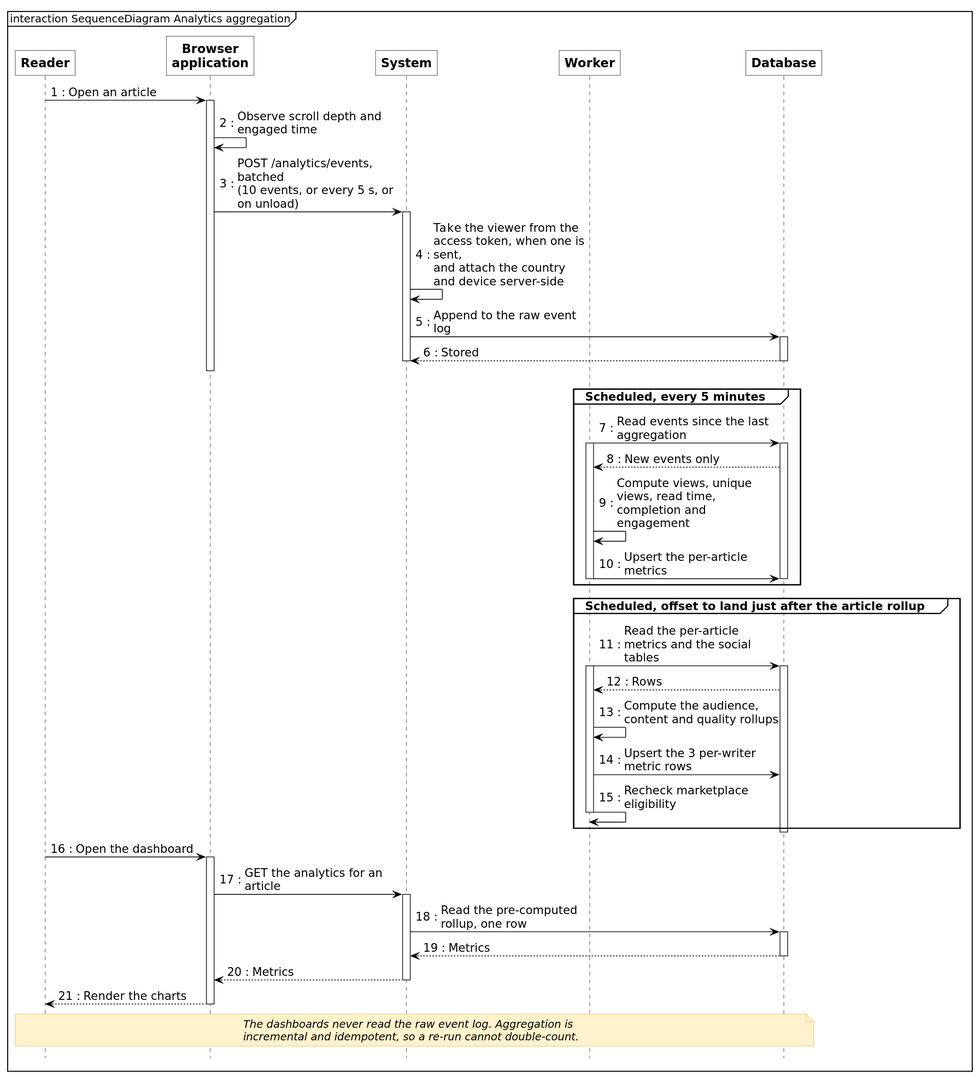
Earlier version of the PlantUML export diagrams/fig-5-3-sequence-analytics-aggregation/fig-5-3-sequence-analytics-aggregation.svg (inkwell-dev/spec.inkwell.ai).
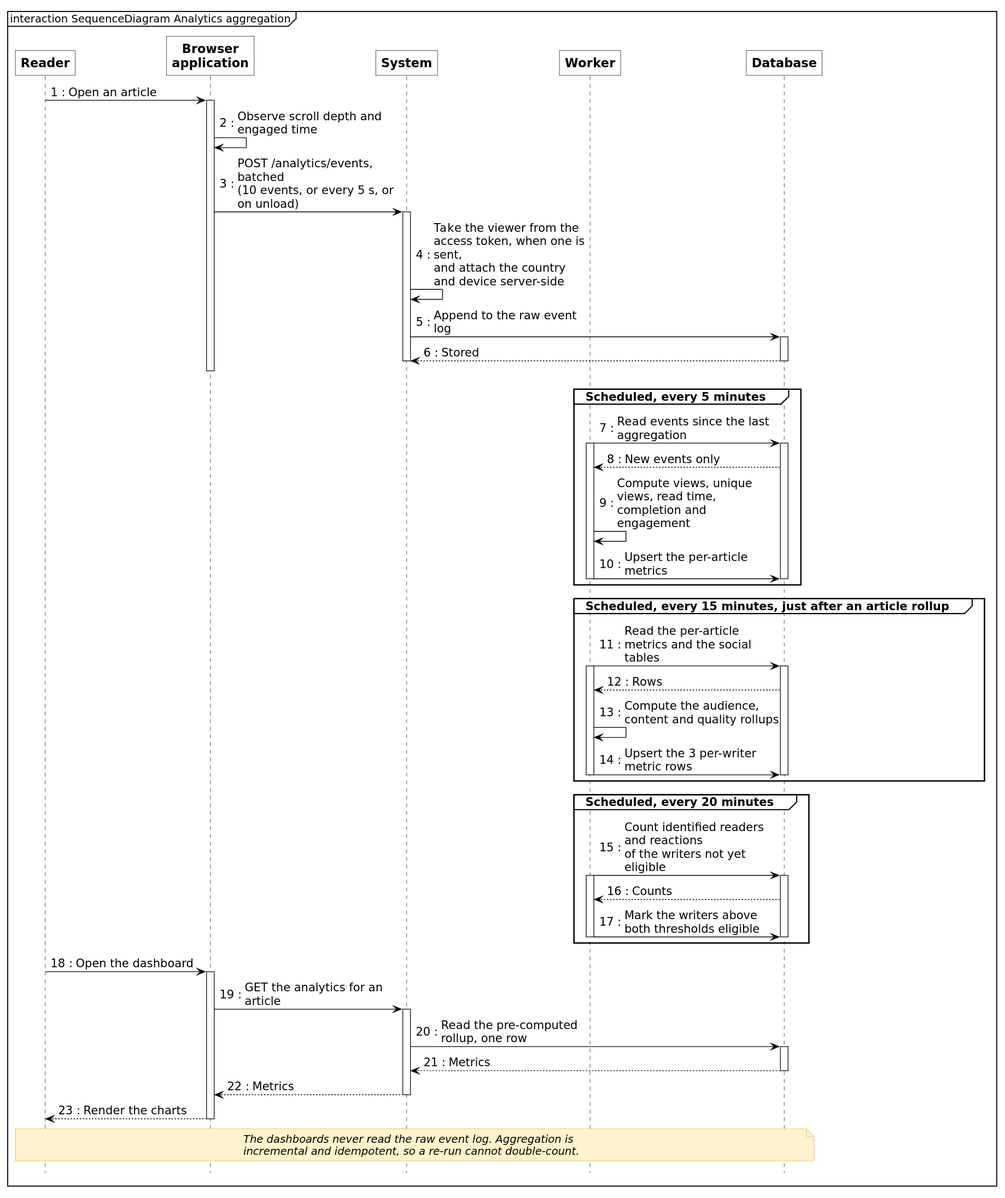
After the change.

What changed in the source:
```diff
@@ -36,14 +36,23 @@
   deactivate K
 end
 
-group Scheduled, offset to land just after the article rollup
+group Scheduled, every 15 minutes, just after an article rollup
   K -> D : Read the per-article metrics and the social tables
   activate K
   activate D
   D --> K : Rows
   K -> K : Compute the audience, content and quality rollups
   K -> D : Upsert the 3 per-writer metric rows
-  K -> K : Recheck marketplace eligibility
+  deactivate D
+  deactivate K
+end
+
+group Scheduled, every 20 minutes
+  K -> D : Count identified readers and reactions\nof the writers not yet eligible
+  activate K
+  activate D
+  D --> K : Counts
+  K -> D : Mark the writers above both thresholds eligible
   deactivate D
   deactivate K
 end
```
